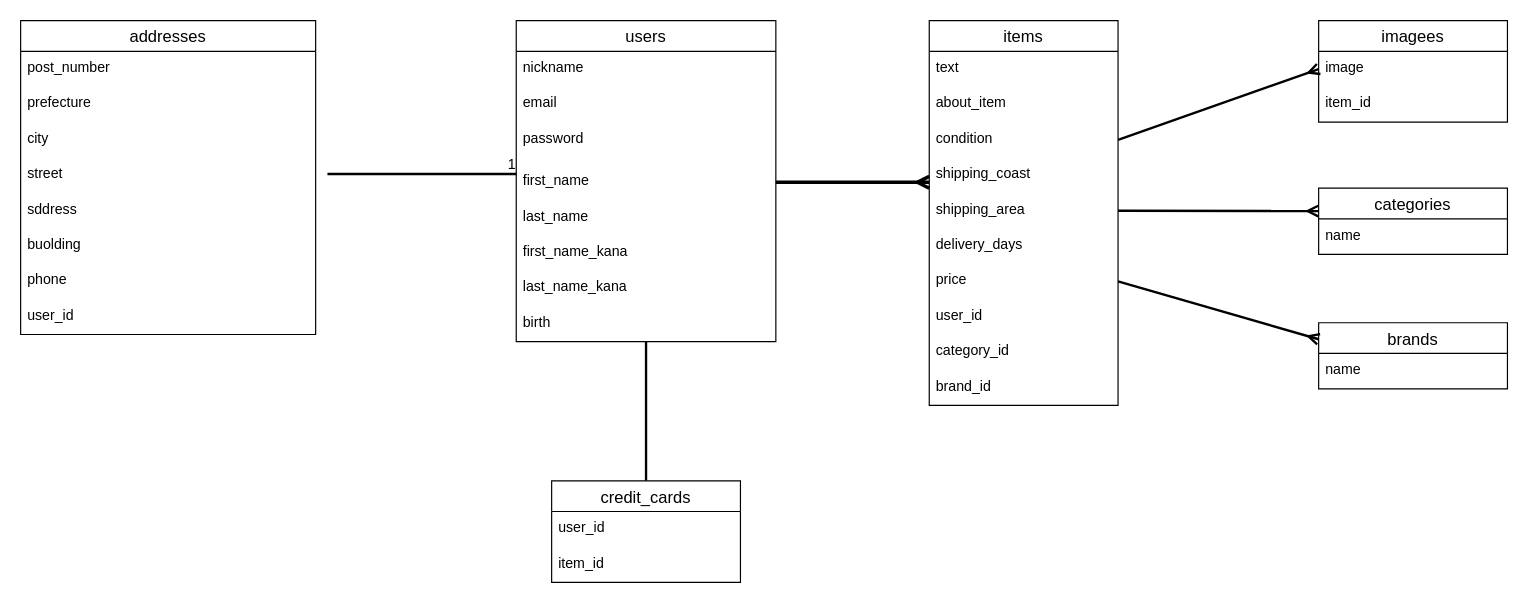
Before: app/views/test.dio in hugele/furima-3798, a draw.io diagram. Source tidied: cells renumbered, new cells numbered last; positions are measured from the earlier drawing's top-left corner, leaving out a move shared by most shapes. Both pictures are drawn from the tidied source at 118%, with x=0, y=0 at pixel (20, 20).
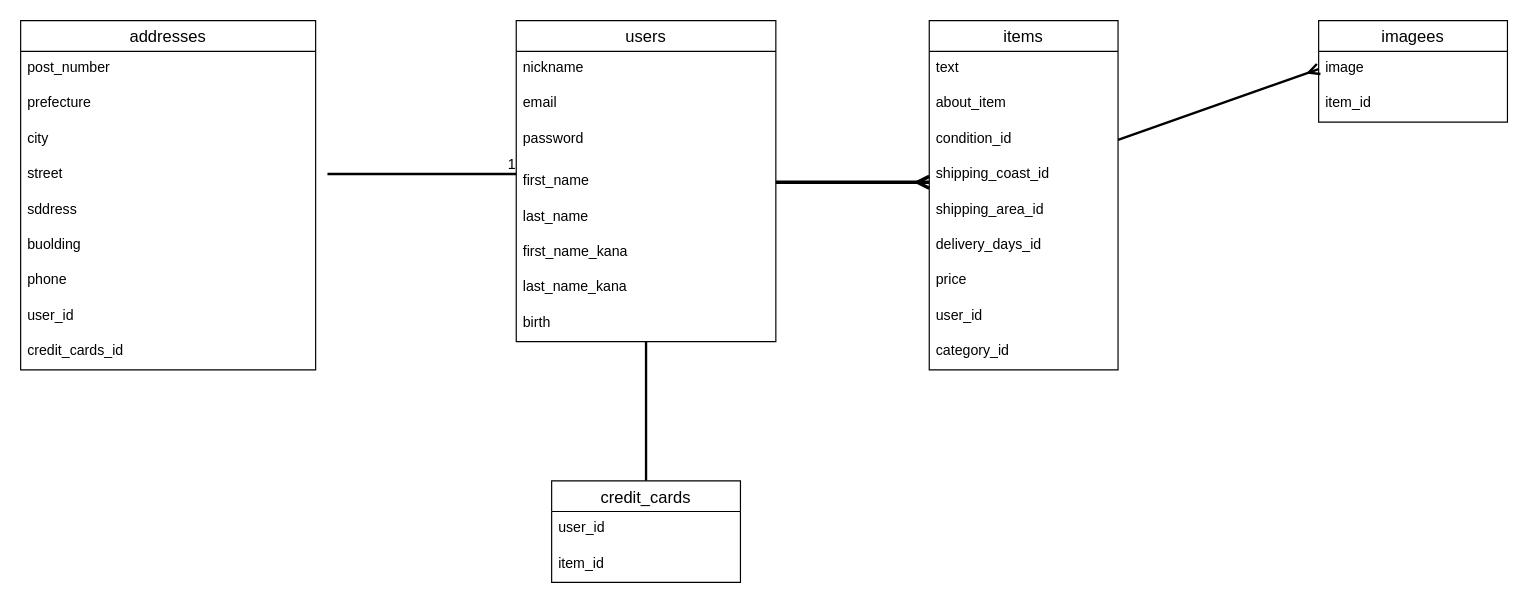
The same diagram, later.

Commit message (it also covers changes not shown here):
データベース設計の修正

Unchanged cells that the change refers to:
```xml
<mxCell id="27" value="price" style="text;strokeColor=none;fillColor=none;spacingLeft=4;spacingRight=4;overflow=hidden;points=[[0,0.5],[1,0.5]];portConstraint=eastwest;fontSize=12;" parent="20" vertex="1">
  <mxGeometry y="206" width="160" height="30" as="geometry" />
</mxCell>
```

What changed in the source:
```diff
@@
     <mxCell id="2" value="addresses" style="swimlane;fontStyle=0;horizontal=1;startSize=26;align=center;fontSize=14;" parent="1" vertex="1">
-      <mxGeometry width="250" height="266" as="geometry" />
+      <mxGeometry width="250" height="296" as="geometry" />
     </mxCell>
@@
+    <mxCell id="47" value="credit_cards_id " style="text;strokeColor=none;fillColor=none;spacingLeft=4;spacingRight=4;overflow=hidden;fontSize=12;" parent="2" vertex="1">
+      <mxGeometry y="266" width="250" height="30" as="geometry" />
+    </mxCell>
@@
     <mxCell id="20" value="items" style="swimlane;fontStyle=0;horizontal=1;startSize=26;align=center;fontSize=14;" parent="1" vertex="1">
-      <mxGeometry x="770" width="160" height="326" as="geometry" />
+      <mxGeometry x="770" width="160" height="296" as="geometry" />
     </mxCell>
@@
-    <mxCell id="23" value="condition" style="text;strokeColor=none;fillColor=none;spacingLeft=4;spacingRight=4;overflow=hidden;points=[[0,0.5],[1,0.5]];portConstraint=eastwest;fontSize=12;" parent="20" vertex="1">
+    <mxCell id="23" value="condition_id" style="text;strokeColor=none;fillColor=none;spacingLeft=4;spacingRight=4;overflow=hidden;points=[[0,0.5],[1,0.5]];portConstraint=eastwest;fontSize=12;" parent="20" vertex="1">
       <mxGeometry y="86" width="160" height="30" as="geometry" />
     </mxCell>
-    <mxCell id="24" value="shipping_coast" style="text;strokeColor=none;fillColor=none;spacingLeft=4;spacingRight=4;overflow=hidden;points=[[0,0.5],[1,0.5]];portConstraint=eastwest;fontSize=12;" parent="20" vertex="1">
+    <mxCell id="24" value="shipping_coast_id" style="text;strokeColor=none;fillColor=none;spacingLeft=4;spacingRight=4;overflow=hidden;points=[[0,0.5],[1,0.5]];portConstraint=eastwest;fontSize=12;" parent="20" vertex="1">
       <mxGeometry y="116" width="160" height="30" as="geometry" />
     </mxCell>
-    <mxCell id="25" value="shipping_area" style="text;strokeColor=none;fillColor=none;spacingLeft=4;spacingRight=4;overflow=hidden;points=[[0,0.5],[1,0.5]];portConstraint=eastwest;fontSize=12;" parent="20" vertex="1">
+    <mxCell id="25" value="shipping_area_id" style="text;strokeColor=none;fillColor=none;spacingLeft=4;spacingRight=4;overflow=hidden;points=[[0,0.5],[1,0.5]];portConstraint=eastwest;fontSize=12;" parent="20" vertex="1">
       <mxGeometry y="146" width="160" height="30" as="geometry" />
     </mxCell>
-    <mxCell id="26" value="delivery_days" style="text;strokeColor=none;fillColor=none;spacingLeft=4;spacingRight=4;overflow=hidden;fontSize=12;" parent="20" vertex="1">
+    <mxCell id="26" value="delivery_days_id" style="text;strokeColor=none;fillColor=none;spacingLeft=4;spacingRight=4;overflow=hidden;fontSize=12;" parent="20" vertex="1">
       <mxGeometry y="176" width="160" height="30" as="geometry" />
     </mxCell>
@@
-    <mxCell id="30" value="brand_id" style="text;strokeColor=none;fillColor=none;spacingLeft=4;spacingRight=4;overflow=hidden;fontSize=12;" parent="20" vertex="1">
-      <mxGeometry y="296" width="160" height="30" as="geometry" />
-    </mxCell>
@@
-    <mxCell id="38" value="categories" style="swimlane;fontStyle=0;horizontal=1;startSize=26;align=center;fontSize=14;" parent="1" vertex="1">
-      <mxGeometry x="1100" y="142" width="160" height="56" as="geometry" />
-    </mxCell>
-    <mxCell id="39" value="name" style="text;strokeColor=none;fillColor=none;spacingLeft=4;spacingRight=4;overflow=hidden;points=[[0,0.5],[1,0.5]];portConstraint=eastwest;fontSize=12;" parent="38" vertex="1">
-      <mxGeometry y="26" width="160" height="30" as="geometry" />
-    </mxCell>
-    <mxCell id="40" value="brands" style="swimlane;fontStyle=0;horizontal=1;startSize=26;align=center;fontSize=14;" parent="1" vertex="1">
-      <mxGeometry x="1100" y="256" width="160" height="56" as="geometry" />
-    </mxCell>
-    <mxCell id="41" value="name" style="text;strokeColor=none;fillColor=none;spacingLeft=4;spacingRight=4;overflow=hidden;fontSize=12;" parent="40" vertex="1">
-      <mxGeometry y="26" width="160" height="30" as="geometry" />
-    </mxCell>
@@
-    <mxCell id="46" style="edgeStyle=none;html=1;entryX=-0.002;entryY=-0.222;entryDx=0;entryDy=0;entryPerimeter=0;endArrow=ERmany;endFill=0;strokeWidth=2;" parent="1" edge="1" source="25" target="39">
-      <mxGeometry relative="1" as="geometry" />
-    </mxCell>
-    <mxCell id="47" style="edgeStyle=none;html=1;exitX=1;exitY=0.5;exitDx=0;exitDy=0;entryX=0;entryY=0.25;entryDx=0;entryDy=0;endArrow=ERmany;endFill=0;strokeWidth=2;" parent="1" edge="1" source="27" target="40">
-      <mxGeometry relative="1" as="geometry" />
-    </mxCell>
```
